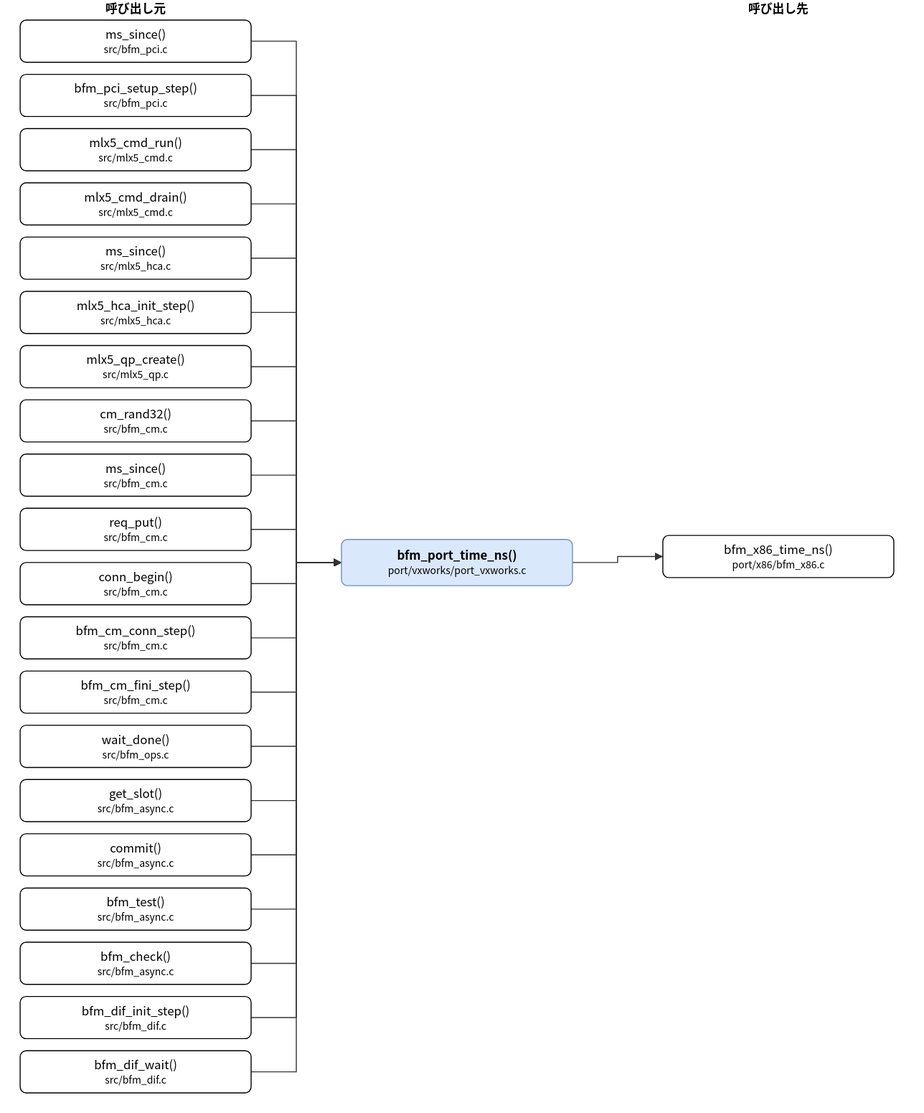
Earlier version of the draw.io export doc/spec/images/call_port_vxworks_port_vxworks-bfm_port_time_ns.drawio.svg (hf355051012-ai/bfmem). Source tidied: cells renumbered, new cells last; positions are measured from the earlier drawing's top-left corner, leaving out a move shared by most shapes.
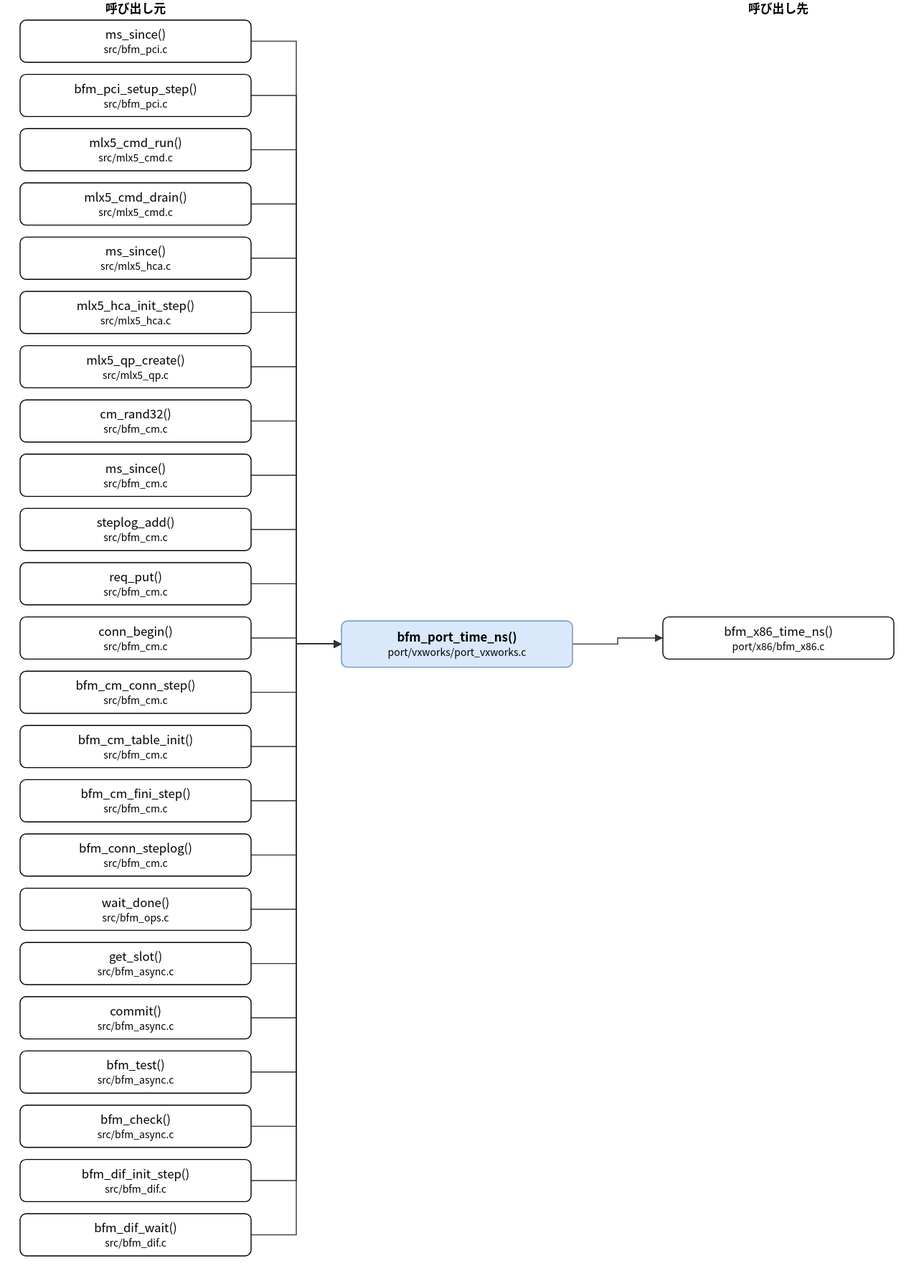
Above is the later version.

What changed in the source:
```diff
@@ -3,7 +3,7 @@
     <mxCell id="0" />
     <mxCell id="1" parent="0" />
     <mxCell id="2" value="bfm_port_time_ns()&lt;br&gt;&lt;font style=&quot;font-size:10px&quot;&gt;port/vxworks/port_vxworks.c&lt;/font&gt;" style="rounded=1;whiteSpace=wrap;html=1;fillColor=#dae8fc;strokeColor=#6c8ebf;fontStyle=1;" parent="1" vertex="1">
-      <mxGeometry x="320" y="537" width="230" height="46" as="geometry" />
+      <mxGeometry x="320" y="618" width="230" height="46" as="geometry" />
     </mxCell>
     <mxCell id="3" value="ms_since()&lt;br&gt;&lt;font style=&quot;font-size:10px&quot;&gt;src/bfm_pci.c&lt;/font&gt;" style="rounded=1;whiteSpace=wrap;html=1;" parent="1" vertex="1">
       <mxGeometry y="20" width="230" height="42" as="geometry" />
@@ -32,47 +32,56 @@
     <mxCell id="11" value="ms_since()&lt;br&gt;&lt;font style=&quot;font-size:10px&quot;&gt;src/bfm_cm.c&lt;/font&gt;" style="rounded=1;whiteSpace=wrap;html=1;" parent="1" vertex="1">
       <mxGeometry y="452" width="230" height="42" as="geometry" />
     </mxCell>
-    <mxCell id="12" value="req_put()&lt;br&gt;&lt;font style=&quot;font-size:10px&quot;&gt;src/bfm_cm.c&lt;/font&gt;" style="rounded=1;whiteSpace=wrap;html=1;" parent="1" vertex="1">
+    <mxCell id="12" value="steplog_add()&lt;br&gt;&lt;font style=&quot;font-size:10px&quot;&gt;src/bfm_cm.c&lt;/font&gt;" style="rounded=1;whiteSpace=wrap;html=1;" parent="1" vertex="1">
       <mxGeometry y="506" width="230" height="42" as="geometry" />
     </mxCell>
-    <mxCell id="13" value="conn_begin()&lt;br&gt;&lt;font style=&quot;font-size:10px&quot;&gt;src/bfm_cm.c&lt;/font&gt;" style="rounded=1;whiteSpace=wrap;html=1;" parent="1" vertex="1">
+    <mxCell id="13" value="req_put()&lt;br&gt;&lt;font style=&quot;font-size:10px&quot;&gt;src/bfm_cm.c&lt;/font&gt;" style="rounded=1;whiteSpace=wrap;html=1;" parent="1" vertex="1">
       <mxGeometry y="560" width="230" height="42" as="geometry" />
     </mxCell>
-    <mxCell id="14" value="bfm_cm_conn_step()&lt;br&gt;&lt;font style=&quot;font-size:10px&quot;&gt;src/bfm_cm.c&lt;/font&gt;" style="rounded=1;whiteSpace=wrap;html=1;" parent="1" vertex="1">
+    <mxCell id="14" value="conn_begin()&lt;br&gt;&lt;font style=&quot;font-size:10px&quot;&gt;src/bfm_cm.c&lt;/font&gt;" style="rounded=1;whiteSpace=wrap;html=1;" parent="1" vertex="1">
       <mxGeometry y="614" width="230" height="42" as="geometry" />
     </mxCell>
-    <mxCell id="15" value="bfm_cm_fini_step()&lt;br&gt;&lt;font style=&quot;font-size:10px&quot;&gt;src/bfm_cm.c&lt;/font&gt;" style="rounded=1;whiteSpace=wrap;html=1;" parent="1" vertex="1">
+    <mxCell id="15" value="bfm_cm_conn_step()&lt;br&gt;&lt;font style=&quot;font-size:10px&quot;&gt;src/bfm_cm.c&lt;/font&gt;" style="rounded=1;whiteSpace=wrap;html=1;" parent="1" vertex="1">
       <mxGeometry y="668" width="230" height="42" as="geometry" />
     </mxCell>
-    <mxCell id="16" value="wait_done()&lt;br&gt;&lt;font style=&quot;font-size:10px&quot;&gt;src/bfm_ops.c&lt;/font&gt;" style="rounded=1;whiteSpace=wrap;html=1;" parent="1" vertex="1">
+    <mxCell id="16" value="bfm_cm_table_init()&lt;br&gt;&lt;font style=&quot;font-size:10px&quot;&gt;src/bfm_cm.c&lt;/font&gt;" style="rounded=1;whiteSpace=wrap;html=1;" parent="1" vertex="1">
       <mxGeometry y="722" width="230" height="42" as="geometry" />
     </mxCell>
-    <mxCell id="17" value="get_slot()&lt;br&gt;&lt;font style=&quot;font-size:10px&quot;&gt;src/bfm_async.c&lt;/font&gt;" style="rounded=1;whiteSpace=wrap;html=1;" parent="1" vertex="1">
+    <mxCell id="17" value="bfm_cm_fini_step()&lt;br&gt;&lt;font style=&quot;font-size:10px&quot;&gt;src/bfm_cm.c&lt;/font&gt;" style="rounded=1;whiteSpace=wrap;html=1;" parent="1" vertex="1">
       <mxGeometry y="776" width="230" height="42" as="geometry" />
     </mxCell>
-    <mxCell id="18" value="commit()&lt;br&gt;&lt;font style=&quot;font-size:10px&quot;&gt;src/bfm_async.c&lt;/font&gt;" style="rounded=1;whiteSpace=wrap;html=1;" parent="1" vertex="1">
+    <mxCell id="18" value="bfm_conn_steplog()&lt;br&gt;&lt;font style=&quot;font-size:10px&quot;&gt;src/bfm_cm.c&lt;/font&gt;" style="rounded=1;whiteSpace=wrap;html=1;" parent="1" vertex="1">
       <mxGeometry y="830" width="230" height="42" as="geometry" />
     </mxCell>
-    <mxCell id="19" value="bfm_test()&lt;br&gt;&lt;font style=&quot;font-size:10px&quot;&gt;src/bfm_async.c&lt;/font&gt;" style="rounded=1;whiteSpace=wrap;html=1;" parent="1" vertex="1">
+    <mxCell id="19" value="wait_done()&lt;br&gt;&lt;font style=&quot;font-size:10px&quot;&gt;src/bfm_ops.c&lt;/font&gt;" style="rounded=1;whiteSpace=wrap;html=1;" parent="1" vertex="1">
       <mxGeometry y="884" width="230" height="42" as="geometry" />
     </mxCell>
-    <mxCell id="20" value="bfm_check()&lt;br&gt;&lt;font style=&quot;font-size:10px&quot;&gt;src/bfm_async.c&lt;/font&gt;" style="rounded=1;whiteSpace=wrap;html=1;" parent="1" vertex="1">
+    <mxCell id="20" value="get_slot()&lt;br&gt;&lt;font style=&quot;font-size:10px&quot;&gt;src/bfm_async.c&lt;/font&gt;" style="rounded=1;whiteSpace=wrap;html=1;" parent="1" vertex="1">
       <mxGeometry y="938" width="230" height="42" as="geometry" />
     </mxCell>
-    <mxCell id="21" value="bfm_dif_init_step()&lt;br&gt;&lt;font style=&quot;font-size:10px&quot;&gt;src/bfm_dif.c&lt;/font&gt;" style="rounded=1;whiteSpace=wrap;html=1;" parent="1" vertex="1">
+    <mxCell id="21" value="commit()&lt;br&gt;&lt;font style=&quot;font-size:10px&quot;&gt;src/bfm_async.c&lt;/font&gt;" style="rounded=1;whiteSpace=wrap;html=1;" parent="1" vertex="1">
       <mxGeometry y="992" width="230" height="42" as="geometry" />
     </mxCell>
-    <mxCell id="22" value="bfm_dif_wait()&lt;br&gt;&lt;font style=&quot;font-size:10px&quot;&gt;src/bfm_dif.c&lt;/font&gt;" style="rounded=1;whiteSpace=wrap;html=1;" parent="1" vertex="1">
+    <mxCell id="22" value="bfm_test()&lt;br&gt;&lt;font style=&quot;font-size:10px&quot;&gt;src/bfm_async.c&lt;/font&gt;" style="rounded=1;whiteSpace=wrap;html=1;" parent="1" vertex="1">
       <mxGeometry y="1046" width="230" height="42" as="geometry" />
     </mxCell>
+    <mxCell id="47" value="bfm_check()&lt;br&gt;&lt;font style=&quot;font-size:10px&quot;&gt;src/bfm_async.c&lt;/font&gt;" style="rounded=1;whiteSpace=wrap;html=1;" parent="1" vertex="1">
+      <mxGeometry y="1100" width="230" height="42" as="geometry" />
+    </mxCell>
+    <mxCell id="48" value="bfm_dif_init_step()&lt;br&gt;&lt;font style=&quot;font-size:10px&quot;&gt;src/bfm_dif.c&lt;/font&gt;" style="rounded=1;whiteSpace=wrap;html=1;" parent="1" vertex="1">
+      <mxGeometry y="1154" width="230" height="42" as="geometry" />
+    </mxCell>
+    <mxCell id="49" value="bfm_dif_wait()&lt;br&gt;&lt;font style=&quot;font-size:10px&quot;&gt;src/bfm_dif.c&lt;/font&gt;" style="rounded=1;whiteSpace=wrap;html=1;" parent="1" vertex="1">
+      <mxGeometry y="1208" width="230" height="42" as="geometry" />
+    </mxCell>
     <mxCell id="23" value="bfm_x86_time_ns()&lt;br&gt;&lt;font style=&quot;font-size:10px&quot;&gt;port/x86/bfm_x86.c&lt;/font&gt;" style="rounded=1;whiteSpace=wrap;html=1;" parent="1" vertex="1">
-      <mxGeometry x="640" y="533" width="230" height="42" as="geometry" />
+      <mxGeometry x="640" y="614" width="230" height="42" as="geometry" />
     </mxCell>
     <mxCell id="24" style="edgeStyle=none;html=1;rounded=0;endArrow=block;endFill=1;exitX=1.0000;exitY=0.5000;exitDx=0;exitDy=0;exitPerimeter=0;entryX=0.0000;entryY=0.5000;entryDx=0;entryDy=0;entryPerimeter=0;" parent="1" edge="1" source="3" target="2">
       <mxGeometry relative="1" as="geometry">
         <Array as="points">
           <mxPoint x="275" y="41" />
-          <mxPoint x="275" y="560" />
+          <mxPoint x="275" y="641" />
         </Array>
       </mxGeometry>
     </mxCell>
@@ -80,7 +89,7 @@
       <mxGeometry relative="1" as="geometry">
         <Array as="points">
           <mxPoint x="275" y="95" />
-          <mxPoint x="275" y="560" />
+          <mxPoint x="275" y="641" />
         </Array>
       </mxGeometry>
     </mxCell>
@@ -88,7 +97,7 @@
       <mxGeometry relative="1" as="geometry">
         <Array as="points">
           <mxPoint x="275" y="149" />
-          <mxPoint x="275" y="560" />
+          <mxPoint x="275" y="641" />
         </Array>
       </mxGeometry>
     </mxCell>
@@ -96,7 +105,7 @@
       <mxGeometry relative="1" as="geometry">
         <Array as="points">
           <mxPoint x="275" y="203" />
-          <mxPoint x="275" y="560" />
+          <mxPoint x="275" y="641" />
         </Array>
       </mxGeometry>
     </mxCell>
@@ -104,7 +113,7 @@
       <mxGeometry relative="1" as="geometry">
         <Array as="points">
           <mxPoint x="275" y="257" />
-          <mxPoint x="275" y="560" />
+          <mxPoint x="275" y="641" />
         </Array>
       </mxGeometry>
     </mxCell>
@@ -112,7 +121,7 @@
       <mxGeometry relative="1" as="geometry">
         <Array as="points">
           <mxPoint x="275" y="311" />
-          <mxPoint x="275" y="560" />
+          <mxPoint x="275" y="641" />
         </Array>
       </mxGeometry>
     </mxCell>
@@ -120,7 +129,7 @@
       <mxGeometry relative="1" as="geometry">
         <Array as="points">
           <mxPoint x="275" y="365" />
-          <mxPoint x="275" y="560" />
+          <mxPoint x="275" y="641" />
         </Array>
       </mxGeometry>
     </mxCell>
@@ -128,7 +137,7 @@
       <mxGeometry relative="1" as="geometry">
         <Array as="points">
           <mxPoint x="275" y="419" />
-          <mxPoint x="275" y="560" />
+          <mxPoint x="275" y="641" />
         </Array>
       </mxGeometry>
     </mxCell>
@@ -136,7 +145,7 @@
       <mxGeometry relative="1" as="geometry">
         <Array as="points">
           <mxPoint x="275" y="473" />
-          <mxPoint x="275" y="560" />
+          <mxPoint x="275" y="641" />
         </Array>
       </mxGeometry>
     </mxCell>
@@ -144,7 +153,7 @@
       <mxGeometry relative="1" as="geometry">
         <Array as="points">
           <mxPoint x="275" y="527" />
-          <mxPoint x="275" y="560" />
+          <mxPoint x="275" y="641" />
         </Array>
       </mxGeometry>
     </mxCell>
@@ -152,7 +161,7 @@
       <mxGeometry relative="1" as="geometry">
         <Array as="points">
           <mxPoint x="275" y="581" />
-          <mxPoint x="275" y="560" />
+          <mxPoint x="275" y="641" />
         </Array>
       </mxGeometry>
     </mxCell>
@@ -160,7 +169,7 @@
       <mxGeometry relative="1" as="geometry">
         <Array as="points">
           <mxPoint x="275" y="635" />
-          <mxPoint x="275" y="560" />
+          <mxPoint x="275" y="641" />
         </Array>
       </mxGeometry>
     </mxCell>
@@ -168,7 +177,7 @@
       <mxGeometry relative="1" as="geometry">
         <Array as="points">
           <mxPoint x="275" y="689" />
-          <mxPoint x="275" y="560" />
+          <mxPoint x="275" y="641" />
         </Array>
       </mxGeometry>
     </mxCell>
@@ -176,7 +185,7 @@
       <mxGeometry relative="1" as="geometry">
         <Array as="points">
           <mxPoint x="275" y="743" />
-          <mxPoint x="275" y="560" />
+          <mxPoint x="275" y="641" />
         </Array>
       </mxGeometry>
     </mxCell>
@@ -184,7 +193,7 @@
       <mxGeometry relative="1" as="geometry">
         <Array as="points">
           <mxPoint x="275" y="797" />
-          <mxPoint x="275" y="560" />
+          <mxPoint x="275" y="641" />
         </Array>
       </mxGeometry>
     </mxCell>
@@ -192,7 +201,7 @@
       <mxGeometry relative="1" as="geometry">
         <Array as="points">
           <mxPoint x="275" y="851" />
-          <mxPoint x="275" y="560" />
+          <mxPoint x="275" y="641" />
         </Array>
       </mxGeometry>
     </mxCell>
@@ -200,7 +209,7 @@
       <mxGeometry relative="1" as="geometry">
         <Array as="points">
           <mxPoint x="275" y="905" />
-          <mxPoint x="275" y="560" />
+          <mxPoint x="275" y="641" />
         </Array>
       </mxGeometry>
     </mxCell>
@@ -208,7 +217,7 @@
       <mxGeometry relative="1" as="geometry">
         <Array as="points">
           <mxPoint x="275" y="959" />
-          <mxPoint x="275" y="560" />
+          <mxPoint x="275" y="641" />
         </Array>
       </mxGeometry>
     </mxCell>
@@ -216,7 +225,7 @@
       <mxGeometry relative="1" as="geometry">
         <Array as="points">
           <mxPoint x="275" y="1013" />
-          <mxPoint x="275" y="560" />
+          <mxPoint x="275" y="641" />
         </Array>
       </mxGeometry>
     </mxCell>
@@ -224,18 +233,42 @@
       <mxGeometry relative="1" as="geometry">
         <Array as="points">
           <mxPoint x="275" y="1067" />
-          <mxPoint x="275" y="560" />
+          <mxPoint x="275" y="641" />
         </Array>
       </mxGeometry>
     </mxCell>
-    <mxCell id="44" style="edgeStyle=none;html=1;rounded=0;endArrow=block;endFill=1;exitX=1.0000;exitY=0.5000;exitDx=0;exitDy=0;exitPerimeter=0;entryX=0.0000;entryY=0.5000;entryDx=0;entryDy=0;entryPerimeter=0;" parent="1" edge="1" source="2" target="23">
+    <mxCell id="44" style="edgeStyle=none;html=1;rounded=0;endArrow=block;endFill=1;exitX=1.0000;exitY=0.5000;exitDx=0;exitDy=0;exitPerimeter=0;entryX=0.0000;entryY=0.5000;entryDx=0;entryDy=0;entryPerimeter=0;" parent="1" edge="1" source="47" target="2">
       <mxGeometry relative="1" as="geometry">
         <Array as="points">
-          <mxPoint x="595" y="560" />
-          <mxPoint x="595" y="554" />
+          <mxPoint x="275" y="1121" />
+          <mxPoint x="275" y="641" />
         </Array>
       </mxGeometry>
     </mxCell>
+    <mxCell id="50" style="edgeStyle=none;html=1;rounded=0;endArrow=block;endFill=1;exitX=1.0000;exitY=0.5000;exitDx=0;exitDy=0;exitPerimeter=0;entryX=0.0000;entryY=0.5000;entryDx=0;entryDy=0;entryPerimeter=0;" parent="1" edge="1" source="48" target="2">
+      <mxGeometry relative="1" as="geometry">
+        <Array as="points">
+          <mxPoint x="275" y="1175" />
+          <mxPoint x="275" y="641" />
+        </Array>
+      </mxGeometry>
+    </mxCell>
+    <mxCell id="51" style="edgeStyle=none;html=1;rounded=0;endArrow=block;endFill=1;exitX=1.0000;exitY=0.5000;exitDx=0;exitDy=0;exitPerimeter=0;entryX=0.0000;entryY=0.5000;entryDx=0;entryDy=0;entryPerimeter=0;" parent="1" edge="1" source="49" target="2">
+      <mxGeometry relative="1" as="geometry">
+        <Array as="points">
+          <mxPoint x="275" y="1229" />
+          <mxPoint x="275" y="641" />
+        </Array>
+      </mxGeometry>
+    </mxCell>
+    <mxCell id="52" style="edgeStyle=none;html=1;rounded=0;endArrow=block;endFill=1;exitX=1.0000;exitY=0.5000;exitDx=0;exitDy=0;exitPerimeter=0;entryX=0.0000;entryY=0.5000;entryDx=0;entryDy=0;entryPerimeter=0;" parent="1" edge="1" source="2" target="23">
+      <mxGeometry relative="1" as="geometry">
+        <Array as="points">
+          <mxPoint x="595" y="641" />
+          <mxPoint x="595" y="635" />
+        </Array>
+      </mxGeometry>
+    </mxCell>
     <mxCell id="45" value="呼び出し元" style="text;html=1;align=center;fontStyle=1;" parent="1" vertex="1">
       <mxGeometry x="35" width="160" height="18" as="geometry" />
     </mxCell>
```
